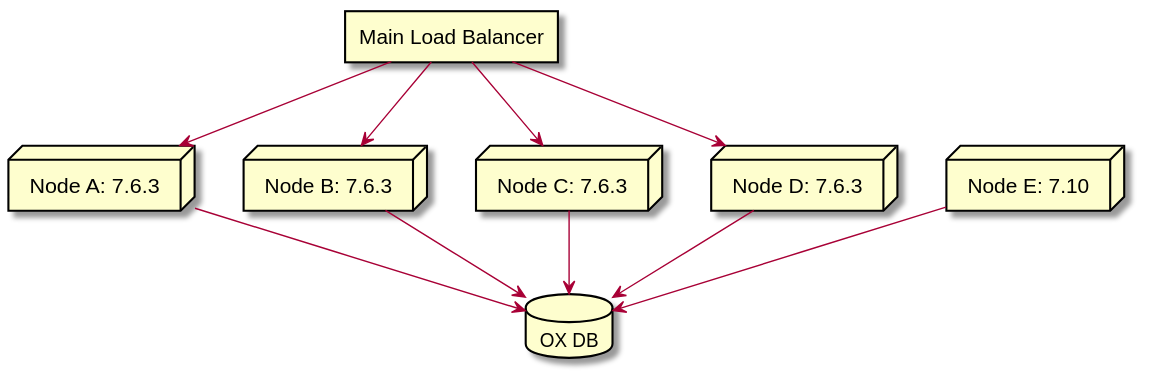
Earlier version of the PlantUML export documentation/components/upgrade_without_downtimes/mw-784-1.svg (open-xchange/appsuite-middleware).
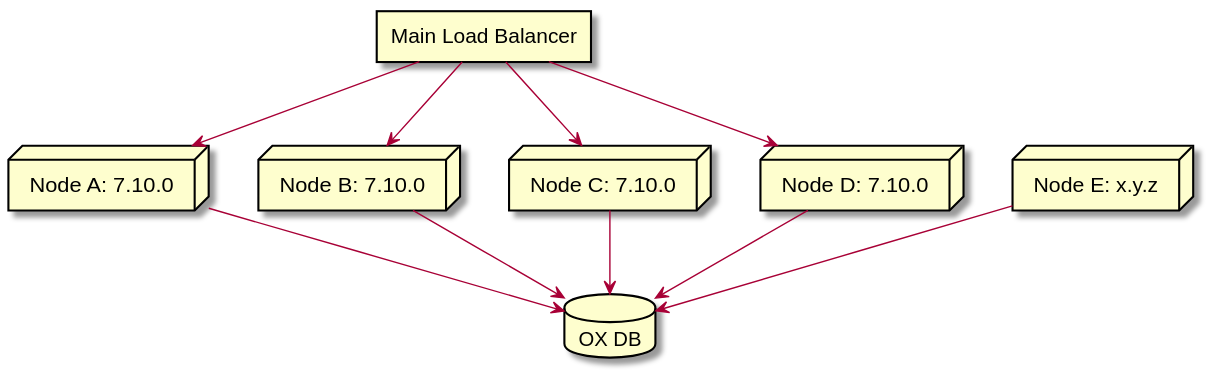
The same diagram one commit later.

Change to the diagram source:
```diff
@@ -1,23 +1,23 @@
 @startuml
 rectangle "Main Load Balancer"
 
-node "Node A: 7.6.3"
-node "Node B: 7.6.3"
-node "Node C: 7.6.3"
-node "Node D: 7.6.3"
-node "Node E: 7.10"
+node "Node A: 7.10.0"
+node "Node B: 7.10.0"
+node "Node C: 7.10.0"
+node "Node D: 7.10.0"
+node "Node E: x.y.z"
 
 database "OX DB"
 
-[Main Load Balancer] --> [Node A: 7.6.3]
-[Main Load Balancer] --> [Node B: 7.6.3]
-[Main Load Balancer] --> [Node C: 7.6.3]
-[Main Load Balancer] --> [Node D: 7.6.3]
+[Main Load Balancer] --> [Node A: 7.10.0]
+[Main Load Balancer] --> [Node B: 7.10.0]
+[Main Load Balancer] --> [Node C: 7.10.0]
+[Main Load Balancer] --> [Node D: 7.10.0]
 
-[Node A: 7.6.3] --> [OX DB]
-[Node B: 7.6.3] --> [OX DB]
-[Node C: 7.6.3] --> [OX DB]
-[Node D: 7.6.3] --> [OX DB]
-[Node E: 7.10] --> [OX DB]
+[Node A: 7.10.0] --> [OX DB]
+[Node B: 7.10.0] --> [OX DB]
+[Node C: 7.10.0] --> [OX DB]
+[Node D: 7.10.0] --> [OX DB]
+[Node E: x.y.z] --> [OX DB]
 
 @enduml
```
